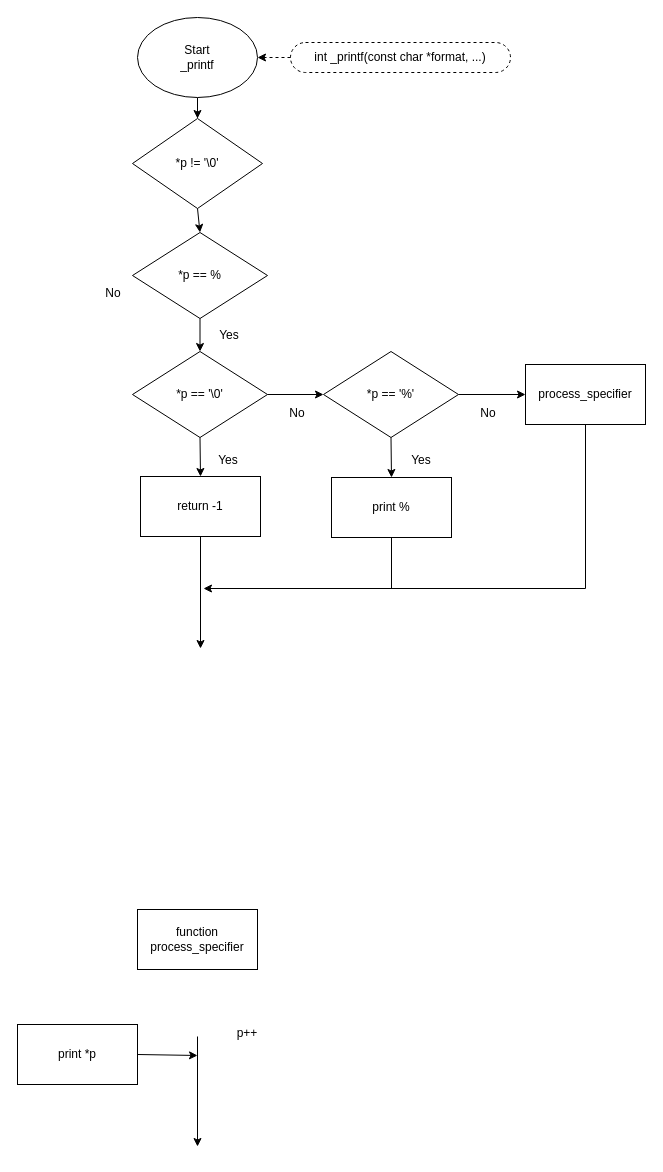
bisoukeiko/holbertonschool-low_level_programming keeps this draw.io diagram as printf/Diagramme sans nom.drawio. Above is the earlier version. Source tidied: cells renumbered, new cells numbered last; positions are measured from the earlier drawing's top-left corner, leaving out a move shared by most shapes. Both pictures are drawn from the tidied source at 100%, with x=0, y=0 at pixel (17, 17).
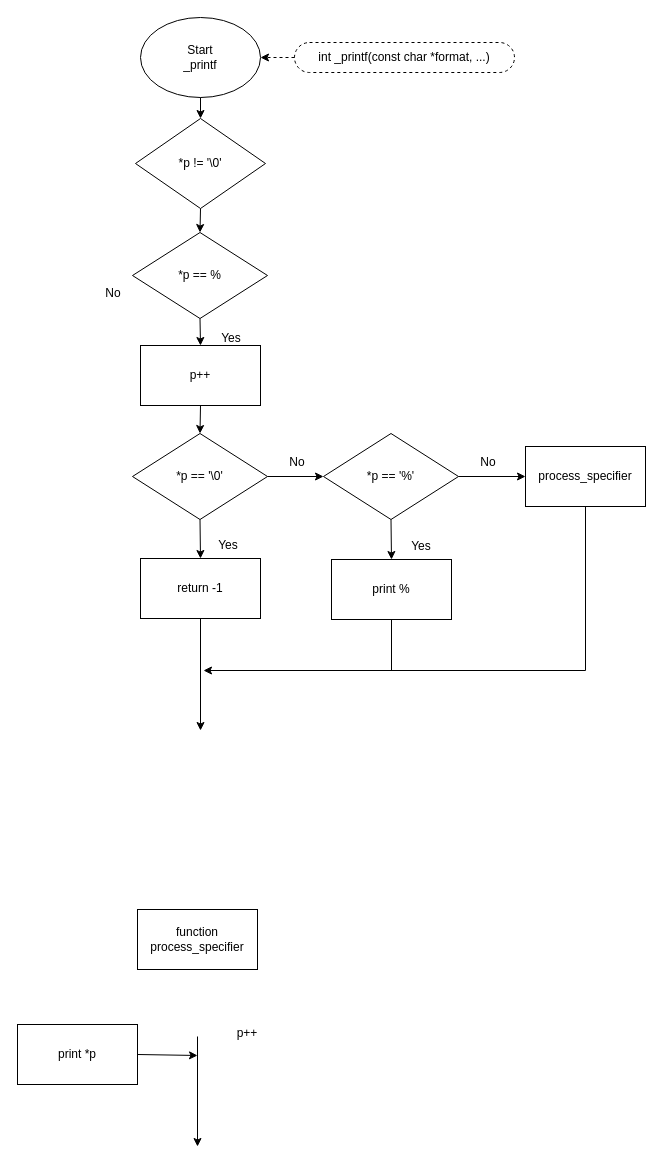
The same page after the edit.

Commit message:
Mettre à jour Diagramme sans nom.drawio

The change refers to these unchanged cells:
```xml
<mxCell id="5" value="*p == %" style="rhombus;whiteSpace=wrap;html=1;" parent="1" vertex="1">
  <mxGeometry x="115" y="215" width="135" height="86" as="geometry" />
</mxCell>
```

Change to the diagram source:
```diff
@@
-    <mxCell id="2" style="edgeStyle=orthogonalEdgeStyle;rounded=0;jettySize=auto;html=1;exitX=0.5;exitY=1;exitDx=0;exitDy=0;" parent="1" edge="1" source="3" target="4">
-      <mxGeometry relative="1" as="geometry" />
-    </mxCell>
     <mxCell id="3" value="&lt;div&gt;Start&lt;/div&gt;&lt;div&gt;_printf&lt;br&gt;&lt;/div&gt;" style="ellipse;whiteSpace=wrap;html=1;labelBackgroundColor=none;" parent="1" vertex="1">
-      <mxGeometry x="120" width="120" height="80" as="geometry" />
+      <mxGeometry x="123" width="120" height="80" as="geometry" />
     </mxCell>
     <mxCell id="4" value="*p != '\0'" style="rhombus;whiteSpace=wrap;html=1;" parent="1" vertex="1">
-      <mxGeometry x="115" y="101" width="130" height="90" as="geometry" />
+      <mxGeometry x="118" y="101" width="130" height="90" as="geometry" />
     </mxCell>
@@
     <mxCell id="7" value="int _printf(const char *format, ...)" style="whiteSpace=wrap;html=1;rounded=1;arcSize=50;align=center;verticalAlign=middle;strokeWidth=1;spacing=4;newEdgeStyle={&quot;edgeStyle&quot;:&quot;entityRelationEdgeStyle&quot;,&quot;startArrow&quot;:&quot;none&quot;,&quot;endArrow&quot;:&quot;none&quot;,&quot;segment&quot;:10,&quot;curved&quot;:1,&quot;sourcePerimeterSpacing&quot;:0,&quot;targetPerimeterSpacing&quot;:0};dashed=1;" parent="1" vertex="1">
-      <mxGeometry x="273" y="25" width="220" height="30" as="geometry" />
+      <mxGeometry x="277" y="25" width="220" height="30" as="geometry" />
     </mxCell>
@@
-    <mxCell id="9" style="endArrow=classic;html=1;rounded=0;exitX=0.5;exitY=1;exitDx=0;exitDy=0;entryX=0.5;entryY=0;entryDx=0;entryDy=0;" parent="1" edge="1" source="5" target="17">
+    <mxCell id="9" style="endArrow=classic;html=1;rounded=0;exitX=0.5;exitY=1;exitDx=0;exitDy=0;entryX=0.5;entryY=0;entryDx=0;entryDy=0;" parent="1" edge="1" source="5" target="33">
       <mxGeometry relative="1" as="geometry" />
     </mxCell>
@@
     <mxCell id="15" value="Yes" style="text;html=1;align=center;verticalAlign=middle;whiteSpace=wrap;rounded=0;" parent="1" vertex="1">
-      <mxGeometry x="182" y="303" width="60" height="30" as="geometry" />
+      <mxGeometry x="184" y="306" width="60" height="30" as="geometry" />
     </mxCell>
     <mxCell id="16" value="return -1" style="rounded=0;whiteSpace=wrap;html=1;" parent="1" vertex="1">
-      <mxGeometry x="123" y="459" width="120" height="60" as="geometry" />
+      <mxGeometry x="123" y="541" width="120" height="60" as="geometry" />
     </mxCell>
     <mxCell id="17" value="*p == '\0'" style="rhombus;whiteSpace=wrap;html=1;" parent="1" vertex="1">
-      <mxGeometry x="115" y="334" width="135" height="86" as="geometry" />
+      <mxGeometry x="115" y="416" width="135" height="86" as="geometry" />
     </mxCell>
@@
     <mxCell id="19" value="Yes" style="text;html=1;align=center;verticalAlign=middle;whiteSpace=wrap;rounded=0;" parent="1" vertex="1">
-      <mxGeometry x="181" y="428" width="60" height="30" as="geometry" />
+      <mxGeometry x="181" y="513" width="60" height="30" as="geometry" />
     </mxCell>
@@
     <mxCell id="21" value="print %" style="rounded=0;whiteSpace=wrap;html=1;" parent="1" vertex="1">
-      <mxGeometry x="314" y="460" width="120" height="60" as="geometry" />
+      <mxGeometry x="314" y="542" width="120" height="60" as="geometry" />
     </mxCell>
     <mxCell id="22" value="*p == '%'" style="rhombus;whiteSpace=wrap;html=1;" parent="1" vertex="1">
-      <mxGeometry x="306" y="334" width="135" height="86" as="geometry" />
+      <mxGeometry x="306" y="416" width="135" height="86" as="geometry" />
     </mxCell>
     <mxCell id="23" value="No" style="text;html=1;align=center;verticalAlign=middle;whiteSpace=wrap;rounded=0;" parent="1" vertex="1">
-      <mxGeometry x="250" y="381" width="60" height="30" as="geometry" />
+      <mxGeometry x="250" y="430" width="60" height="30" as="geometry" />
     </mxCell>
@@
     <mxCell id="25" value="Yes" style="text;html=1;align=center;verticalAlign=middle;whiteSpace=wrap;rounded=0;" parent="1" vertex="1">
-      <mxGeometry x="374" y="428" width="60" height="30" as="geometry" />
+      <mxGeometry x="374" y="514" width="60" height="30" as="geometry" />
     </mxCell>
@@
     <mxCell id="27" value="process_specifier" style="rounded=0;whiteSpace=wrap;html=1;" parent="1" vertex="1">
-      <mxGeometry x="508" y="347" width="120" height="60" as="geometry" />
+      <mxGeometry x="508" y="429" width="120" height="60" as="geometry" />
     </mxCell>
@@
     <mxCell id="29" value="No" style="text;html=1;align=center;verticalAlign=middle;whiteSpace=wrap;rounded=0;" parent="1" vertex="1">
-      <mxGeometry x="441" y="381" width="60" height="30" as="geometry" />
+      <mxGeometry x="441" y="430" width="60" height="30" as="geometry" />
     </mxCell>
     <mxCell id="30" style="endArrow=classic;html=1;rounded=0;exitX=0.5;exitY=1;exitDx=0;exitDy=0;" parent="1" edge="1" source="16">
       <mxGeometry relative="1" as="geometry">
-        <mxPoint x="183" y="631" as="targetPoint" />
+        <mxPoint x="183" y="713" as="targetPoint" />
       </mxGeometry>
     </mxCell>
     <mxCell id="31" style="endArrow=classic;html=1;rounded=0;exitX=0.5;exitY=1;exitDx=0;exitDy=0;" parent="1" edge="1" source="21">
       <mxGeometry relative="1" as="geometry">
-        <mxPoint x="186" y="571" as="targetPoint" />
+        <mxPoint x="186" y="653" as="targetPoint" />
         <Array as="points">
-          <mxPoint x="374" y="571" />
+          <mxPoint x="374" y="653" />
         </Array>
       </mxGeometry>
     </mxCell>
     <mxCell id="32" style="endArrow=none;html=1;rounded=0;entryX=0.5;entryY=1;entryDx=0;entryDy=0;" parent="1" edge="1" target="27">
       <mxGeometry relative="1" as="geometry">
-        <mxPoint x="366" y="571" as="sourcePoint" />
+        <mxPoint x="366" y="653" as="sourcePoint" />
         <Array as="points">
-          <mxPoint x="568" y="571" />
+          <mxPoint x="568" y="653" />
         </Array>
       </mxGeometry>
     </mxCell>
+    <mxCell id="2" style="endArrow=classic;html=1;rounded=0;entryX=0.5;entryY=0;entryDx=0;entryDy=0;exitX=0.5;exitY=1;exitDx=0;exitDy=0;" parent="1" edge="1" source="3" target="4">
+      <mxGeometry relative="1" as="geometry" />
+    </mxCell>
+    <mxCell id="33" value="p++" style="rounded=0;whiteSpace=wrap;html=1;" parent="1" vertex="1">
+      <mxGeometry x="123" y="328" width="120" height="60" as="geometry" />
+    </mxCell>
+    <mxCell id="34" style="endArrow=classic;html=1;rounded=0;exitX=0.5;exitY=1;exitDx=0;exitDy=0;entryX=0.5;entryY=0;entryDx=0;entryDy=0;" parent="1" edge="1" source="33" target="17">
+      <mxGeometry relative="1" as="geometry" />
+    </mxCell>
```
